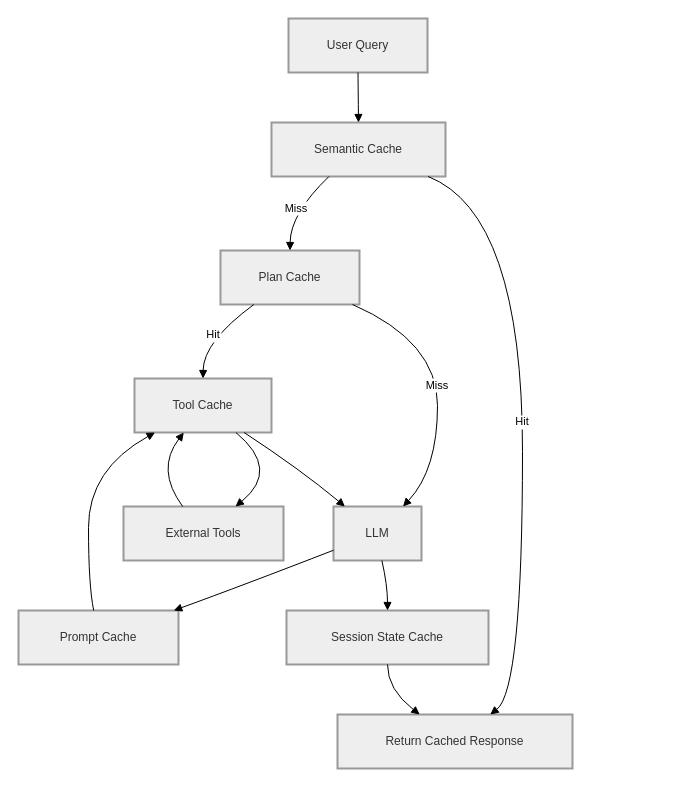
The draw.io diagram page "Page-3" (3 of 3) of Untitled Diagram.drawio in AtanuMandal/SimpleRAGLangchainChroma, before the edit. Source tidied: cells renumbered, new cells numbered last; positions are measured from the earlier drawing's top-left corner, leaving out a move shared by most shapes. Both pictures are drawn from the tidied source at 100%, with x=0, y=0 at pixel (18, 18).
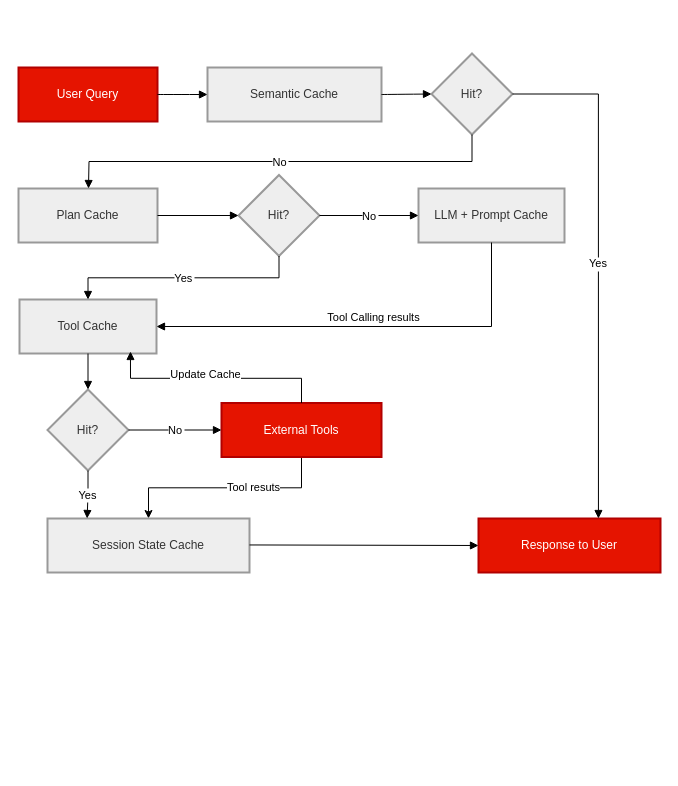
Above is the later version.

Change to the diagram source:
```diff
@@
-    <mxCell id="2" value="User Query" style="whiteSpace=wrap;strokeWidth=2;fillColor=light-dark(#eeeeee,#1f2020);strokeColor=light-dark(#999999,#cccccc);fontColor=light-dark(#333333,#cccccc);" parent="1" vertex="1">
-      <mxGeometry x="270" width="139" height="54" as="geometry" />
+    <mxCell id="2" value="User Query" style="whiteSpace=wrap;strokeWidth=2;fillColor=#e51400;strokeColor=#B20000;fontColor=#ffffff;" parent="1" vertex="1">
+      <mxGeometry y="49" width="139" height="54" as="geometry" />
     </mxCell>
-    <mxCell id="3" value="Semantic Cache" style="whiteSpace=wrap;strokeWidth=2;fillColor=light-dark(#eeeeee,#1f2020);strokeColor=light-dark(#999999,#cccccc);fontColor=light-dark(#333333,#cccccc);" parent="1" vertex="1">
-      <mxGeometry x="253" y="104" width="174" height="54" as="geometry" />
+    <mxCell id="3" value="Semantic Cache" style="whiteSpace=wrap;strokeWidth=2;fillColor=light-dark(#eeeeee, #2d63e1);strokeColor=light-dark(#999999,#cccccc);fontColor=light-dark(#333333,#cccccc);" parent="1" vertex="1">
+      <mxGeometry x="189" y="49" width="174" height="54" as="geometry" />
     </mxCell>
-    <mxCell id="4" value="Prompt Cache" style="whiteSpace=wrap;strokeWidth=2;fillColor=light-dark(#eeeeee,#1f2020);strokeColor=light-dark(#999999,#cccccc);fontColor=light-dark(#333333,#cccccc);" parent="1" vertex="1">
-      <mxGeometry y="592" width="160" height="54" as="geometry" />
-    </mxCell>
+    <mxCell id="23" value="Hit?" style="rhombus;strokeWidth=2;whiteSpace=wrap;fillColor=light-dark(#EEEEEE,#7EA6E0);strokeColor=light-dark(#999999,#cccccc);fontColor=light-dark(#333333,#cccccc);" parent="1" vertex="1">
+      <mxGeometry x="413" y="35" width="81" height="81" as="geometry" />
+    </mxCell>
-    <mxCell id="5" value="Plan Cache" style="whiteSpace=wrap;strokeWidth=2;fillColor=light-dark(#eeeeee,#1f2020);strokeColor=light-dark(#999999,#cccccc);fontColor=light-dark(#333333,#cccccc);" parent="1" vertex="1">
-      <mxGeometry x="202" y="232" width="139" height="54" as="geometry" />
+    <mxCell id="5" value="Plan Cache" style="whiteSpace=wrap;strokeWidth=2;fillColor=light-dark(#eeeeee, #2d63e1);strokeColor=light-dark(#999999,#cccccc);fontColor=light-dark(#333333,#cccccc);" parent="1" vertex="1">
+      <mxGeometry y="170" width="139" height="54" as="geometry" />
     </mxCell>
+    <mxCell id="24" value="Hit?" style="rhombus;strokeWidth=2;whiteSpace=wrap;fillColor=light-dark(#EEEEEE,#7EA6E0);strokeColor=light-dark(#999999,#cccccc);fontColor=light-dark(#333333,#cccccc);" parent="1" vertex="1">
+      <mxGeometry x="220" y="156.5" width="81" height="81" as="geometry" />
+    </mxCell>
+    <mxCell id="25" value="LLM + Prompt Cache" style="whiteSpace=wrap;strokeWidth=2;fillColor=light-dark(#eeeeee, #2d63e1);strokeColor=light-dark(#999999,#cccccc);fontColor=light-dark(#333333,#cccccc);" parent="1" vertex="1">
+      <mxGeometry x="400" y="170" width="146" height="54" as="geometry" />
+    </mxCell>
-    <mxCell id="6" value="Tool Cache" style="whiteSpace=wrap;strokeWidth=2;fillColor=light-dark(#eeeeee,#1f2020);strokeColor=light-dark(#999999,#cccccc);fontColor=light-dark(#333333,#cccccc);" parent="1" vertex="1">
-      <mxGeometry x="116" y="360" width="137" height="54" as="geometry" />
+    <mxCell id="6" value="Tool Cache" style="whiteSpace=wrap;strokeWidth=2;fillColor=light-dark(#eeeeee, #2d63e1);strokeColor=light-dark(#999999,#cccccc);fontColor=light-dark(#333333,#cccccc);" parent="1" vertex="1">
+      <mxGeometry x="1" y="281" width="137" height="54" as="geometry" />
     </mxCell>
-    <mxCell id="7" value="LLM" style="whiteSpace=wrap;strokeWidth=2;fillColor=light-dark(#eeeeee,#1f2020);strokeColor=light-dark(#999999,#cccccc);fontColor=light-dark(#333333,#cccccc);" parent="1" vertex="1">
-      <mxGeometry x="315" y="488" width="88" height="54" as="geometry" />
-    </mxCell>
+    <mxCell id="26" value="Hit?" style="rhombus;strokeWidth=2;whiteSpace=wrap;fillColor=light-dark(#EEEEEE,#7EA6E0);strokeColor=light-dark(#999999,#cccccc);fontColor=light-dark(#333333,#cccccc);" parent="1" vertex="1">
+      <mxGeometry x="29" y="371" width="81" height="81" as="geometry" />
+    </mxCell>
+    <mxCell id="27" style="edgeStyle=orthogonalEdgeStyle;rounded=0;jettySize=auto;html=1;" parent="1" edge="1" source="8" target="9">
+      <mxGeometry relative="1" as="geometry" />
+    </mxCell>
+    <mxCell id="28" value="Tool resuts" style="edgeLabel;html=1;align=center;verticalAlign=middle;" parent="27" vertex="1">
+      <mxGeometry x="-0.26" y="-1" relative="1" as="geometry" />
+    </mxCell>
-    <mxCell id="8" value="External Tools" style="whiteSpace=wrap;strokeWidth=2;fillColor=light-dark(#eeeeee,#1f2020);strokeColor=light-dark(#999999,#cccccc);fontColor=light-dark(#333333,#cccccc);" parent="1" vertex="1">
-      <mxGeometry x="105" y="488" width="160" height="54" as="geometry" />
+    <mxCell id="8" value="External Tools" style="whiteSpace=wrap;strokeWidth=2;fillColor=#e51400;strokeColor=#B20000;fontColor=#ffffff;" parent="1" vertex="1">
+      <mxGeometry x="203" y="384.5" width="160" height="54" as="geometry" />
     </mxCell>
-    <mxCell id="9" value="Session State Cache" style="whiteSpace=wrap;strokeWidth=2;fillColor=light-dark(#eeeeee,#1f2020);strokeColor=light-dark(#999999,#cccccc);fontColor=light-dark(#333333,#cccccc);" parent="1" vertex="1">
-      <mxGeometry x="268" y="592" width="202" height="54" as="geometry" />
+    <mxCell id="9" value="Session State Cache" style="whiteSpace=wrap;strokeWidth=2;fillColor=light-dark(#eeeeee, #2d63e1);strokeColor=light-dark(#999999,#cccccc);fontColor=light-dark(#333333,#cccccc);" parent="1" vertex="1">
+      <mxGeometry x="29" y="500" width="202" height="54" as="geometry" />
     </mxCell>
-    <mxCell id="10" value="Return Cached Response" style="whiteSpace=wrap;strokeWidth=2;fillColor=light-dark(#eeeeee,#1f2020);strokeColor=light-dark(#999999,#cccccc);fontColor=light-dark(#333333,#cccccc);" parent="1" vertex="1">
-      <mxGeometry x="319" y="696" width="235" height="54" as="geometry" />
-    </mxCell>
+    <mxCell id="29" value="Response to User" style="whiteSpace=wrap;strokeWidth=2;fillColor=#e51400;strokeColor=#B20000;fontColor=#ffffff;" parent="1" vertex="1">
+      <mxGeometry x="460" y="500" width="182" height="54" as="geometry" />
+    </mxCell>
-    <mxCell id="11" style="curved=1;startArrow=none;endArrow=block;exitX=0.5;exitY=1;entryX=0.5;entryY=0;rounded=0;" parent="1" edge="1" source="2" target="3">
+    <mxCell id="11" style="curved=1;startArrow=none;endArrow=block;exitX=1;exitY=0.5;entryX=0;entryY=0.5;rounded=0;" parent="1" edge="1" source="2" target="3">
       <mxGeometry relative="1" as="geometry" />
     </mxCell>
-    <mxCell id="12" value="Hit" style="curved=1;startArrow=none;endArrow=block;exitX=0.9;exitY=1;entryX=0.65;entryY=0;rounded=0;" parent="1" edge="1" source="3" target="10">
-      <mxGeometry relative="1" as="geometry">
-        <Array as="points">
-          <mxPoint x="504" y="195" />
-          <mxPoint x="504" y="671" />
-        </Array>
-      </mxGeometry>
-    </mxCell>
-    <mxCell id="13" value="Miss" style="curved=1;startArrow=none;endArrow=block;exitX=0.33;exitY=1;entryX=0.5;entryY=0;rounded=0;" parent="1" edge="1" source="3" target="5">
-      <mxGeometry relative="1" as="geometry">
-        <Array as="points">
-          <mxPoint x="272" y="195" />
-        </Array>
-      </mxGeometry>
-    </mxCell>
-    <mxCell id="14" value="Hit" style="curved=1;startArrow=none;endArrow=block;exitX=0.24;exitY=1;entryX=0.5;entryY=0;rounded=0;" parent="1" edge="1" source="5" target="6">
-      <mxGeometry relative="1" as="geometry">
-        <Array as="points">
-          <mxPoint x="185" y="323" />
-        </Array>
-      </mxGeometry>
-    </mxCell>
-    <mxCell id="15" value="Miss" style="curved=1;startArrow=none;endArrow=block;exitX=0.95;exitY=1;entryX=0.79;entryY=0;rounded=0;" parent="1" edge="1" source="5" target="7">
-      <mxGeometry relative="1" as="geometry">
-        <Array as="points">
-          <mxPoint x="419" y="323" />
-          <mxPoint x="419" y="451" />
-        </Array>
-      </mxGeometry>
-    </mxCell>
-    <mxCell id="16" style="curved=1;startArrow=none;endArrow=block;exitX=0;exitY=0.81;entryX=0.97;entryY=0;rounded=0;" parent="1" edge="1" source="7" target="4">
-      <mxGeometry relative="1" as="geometry">
-        <Array as="points">
-          <mxPoint x="224" y="567" />
-        </Array>
-      </mxGeometry>
-    </mxCell>
-    <mxCell id="17" style="curved=1;startArrow=none;endArrow=block;exitX=0.47;exitY=0;entryX=0.15;entryY=1;rounded=0;" parent="1" edge="1" source="4" target="6">
-      <mxGeometry relative="1" as="geometry">
-        <Array as="points">
-          <mxPoint x="70" y="567" />
-          <mxPoint x="70" y="451" />
-        </Array>
-      </mxGeometry>
-    </mxCell>
-    <mxCell id="18" style="curved=1;startArrow=none;endArrow=block;exitX=0.74;exitY=1;entryX=0.7;entryY=0;rounded=0;" parent="1" edge="1" source="6" target="8">
-      <mxGeometry relative="1" as="geometry">
-        <Array as="points">
-          <mxPoint x="262" y="451" />
-        </Array>
-      </mxGeometry>
-    </mxCell>
+    <mxCell id="30" style="curved=1;startArrow=none;endArrow=block;exitX=1;exitY=0.5;entryX=0;entryY=0.5;rounded=0;" parent="1" edge="1" source="3" target="23">
+      <mxGeometry relative="1" as="geometry" />
+    </mxCell>
+    <mxCell id="31" value="Yes" style="startArrow=none;endArrow=block;exitX=1;exitY=0.5;entryX=0.659;entryY=0;rounded=0;edgeStyle=orthogonalEdgeStyle;exitDx=0;exitDy=0;entryDx=0;entryDy=0;entryPerimeter=0;" parent="1" edge="1" source="23" target="29">
+      <mxGeometry relative="1" as="geometry" />
+    </mxCell>
+    <mxCell id="32" value="No" style="startArrow=none;endArrow=block;exitX=0.5;exitY=1;rounded=0;edgeStyle=orthogonalEdgeStyle;exitDx=0;exitDy=0;" parent="1" edge="1" source="23">
+      <mxGeometry relative="1" as="geometry">
+        <mxPoint x="70" y="170" as="targetPoint" />
+      </mxGeometry>
+    </mxCell>
+    <mxCell id="33" style="startArrow=none;endArrow=block;exitX=1;exitY=0.5;rounded=0;exitDx=0;exitDy=0;entryX=0;entryY=0.5;entryDx=0;entryDy=0;edgeStyle=orthogonalEdgeStyle;" parent="1" edge="1" source="5" target="24">
+      <mxGeometry relative="1" as="geometry" />
+    </mxCell>
+    <mxCell id="34" value="Yes" style="startArrow=none;endArrow=block;exitX=0.5;exitY=1;rounded=0;edgeStyle=orthogonalEdgeStyle;exitDx=0;exitDy=0;entryX=0.5;entryY=0;entryDx=0;entryDy=0;" parent="1" edge="1" source="24" target="6">
+      <mxGeometry relative="1" as="geometry" />
+    </mxCell>
+    <mxCell id="35" value="No" style="startArrow=none;endArrow=block;entryX=0;entryY=0.5;rounded=0;entryDx=0;entryDy=0;exitX=1;exitY=0.5;exitDx=0;exitDy=0;" parent="1" edge="1" source="24" target="25">
+      <mxGeometry relative="1" as="geometry" />
+    </mxCell>
+    <mxCell id="36" style="startArrow=none;endArrow=block;exitX=0.5;exitY=1;rounded=0;edgeStyle=orthogonalEdgeStyle;exitDx=0;exitDy=0;entryX=1;entryY=0.5;entryDx=0;entryDy=0;" parent="1" edge="1" source="25" target="6">
+      <mxGeometry relative="1" as="geometry" />
+    </mxCell>
+    <mxCell id="37" value="Tool Calling results" style="edgeLabel;html=1;align=center;verticalAlign=middle;" parent="36" vertex="1">
+      <mxGeometry x="-0.03" y="-10" relative="1" as="geometry" />
+    </mxCell>
+    <mxCell id="38" style="startArrow=none;endArrow=block;exitX=0.5;exitY=1;entryX=0.5;entryY=0;rounded=0;exitDx=0;exitDy=0;entryDx=0;entryDy=0;" parent="1" edge="1" source="6" target="26">
+      <mxGeometry relative="1" as="geometry" />
+    </mxCell>
+    <mxCell id="39" value="Yes" style="startArrow=none;endArrow=block;entryX=0.19;entryY=-0.01;rounded=0;edgeStyle=orthogonalEdgeStyle;endFill=1;exitX=0.5;exitY=1;exitDx=0;exitDy=0;" parent="1" edge="1" source="26" target="9">
+      <mxGeometry relative="1" as="geometry" />
+    </mxCell>
+    <mxCell id="40" value="No" style="startArrow=none;endArrow=block;exitX=1;exitY=0.5;entryX=0;entryY=0.5;rounded=0;exitDx=0;exitDy=0;entryDx=0;entryDy=0;" parent="1" edge="1" source="26" target="8">
+      <mxGeometry relative="1" as="geometry" />
+    </mxCell>
-    <mxCell id="19" style="curved=1;startArrow=none;endArrow=block;exitX=0.37;exitY=0;entryX=0.36;entryY=1;rounded=0;" parent="1" edge="1" source="8" target="6">
-      <mxGeometry relative="1" as="geometry">
-        <Array as="points">
-          <mxPoint x="137" y="451" />
-        </Array>
-      </mxGeometry>
+    <mxCell id="19" style="startArrow=none;endArrow=block;exitX=0.5;exitY=0;entryX=0.81;entryY=0.963;rounded=0;exitDx=0;exitDy=0;edgeStyle=orthogonalEdgeStyle;entryDx=0;entryDy=0;entryPerimeter=0;" parent="1" edge="1" source="8" target="6">
+      <mxGeometry relative="1" as="geometry" />
     </mxCell>
-    <mxCell id="20" style="curved=1;startArrow=none;endArrow=block;exitX=0.8;exitY=1;entryX=0.13;entryY=0;rounded=0;" parent="1" edge="1" source="6" target="7">
-      <mxGeometry relative="1" as="geometry">
-        <Array as="points">
-          <mxPoint x="282" y="451" />
-        </Array>
-      </mxGeometry>
-    </mxCell>
-    <mxCell id="21" style="curved=1;startArrow=none;endArrow=block;exitX=0.55;exitY=1;entryX=0.5;entryY=0;rounded=0;" parent="1" edge="1" source="7" target="9">
-      <mxGeometry relative="1" as="geometry">
-        <Array as="points">
-          <mxPoint x="369" y="567" />
-        </Array>
-      </mxGeometry>
-    </mxCell>
-    <mxCell id="22" style="curved=1;startArrow=none;endArrow=block;exitX=0.5;exitY=1;entryX=0.35;entryY=0;rounded=0;" parent="1" edge="1" source="9" target="10">
-      <mxGeometry relative="1" as="geometry">
-        <Array as="points">
-          <mxPoint x="369" y="671" />
-        </Array>
-      </mxGeometry>
-    </mxCell>
+    <mxCell id="41" value="Update Cache" style="edgeLabel;html=1;align=center;verticalAlign=middle;" parent="19" vertex="1">
+      <mxGeometry x="0.09" y="-4" relative="1" as="geometry" />
+    </mxCell>
+    <mxCell id="42" style="startArrow=none;endArrow=block;exitX=1;exitY=0.49;entryX=0;entryY=0.5;rounded=0;entryDx=0;entryDy=0;" parent="1" edge="1" source="9" target="29">
+      <mxGeometry relative="1" as="geometry" />
+    </mxCell>
+    <mxCell id="43" style="edgeStyle=orthogonalEdgeStyle;rounded=0;orthogonalLoop=1;jettySize=auto;html=1;exitX=0.5;exitY=1;exitDx=0;exitDy=0;" parent="1" edge="1" source="5" target="5">
+      <mxGeometry relative="1" as="geometry" />
+    </mxCell>
```
